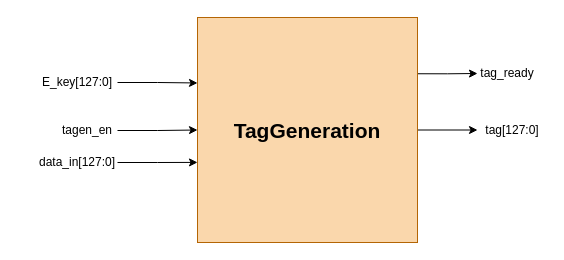
This is Quang Long/_drawio/TagGen high level.drawio from LQLManZz/AES128-Verilog, a draw.io file, before an edit. Source tidied: cells renumbered, new cells numbered last; positions are measured from the earlier drawing's top-left corner, leaving out a move shared by most shapes. Both pictures are drawn from the tidied source at 100%, with x=0, y=0 at pixel (37, 17).
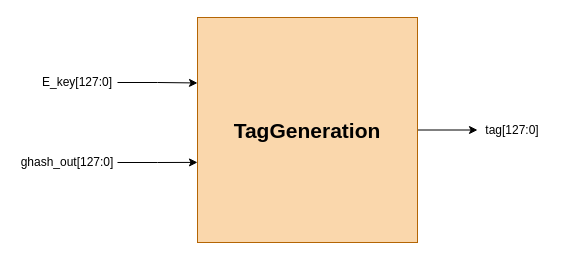
After the change.

Diff of the diagram source:
```diff
@@
 <mxGraphModel>
   <root>
     <mxCell id="0" />
     <mxCell id="1" parent="0" />
     <mxCell id="2" style="edgeStyle=orthogonalEdgeStyle;rounded=0;jettySize=auto;html=1;exitX=1;exitY=0.5;exitDx=0;exitDy=0;entryX=0;entryY=0.5;entryDx=0;entryDy=0;" parent="1" edge="1" source="4" target="6">
       <mxGeometry relative="1" as="geometry" />
     </mxCell>
-    <mxCell id="3" style="edgeStyle=orthogonalEdgeStyle;rounded=0;jettySize=auto;html=1;exitX=1;exitY=0.25;exitDx=0;exitDy=0;entryX=0;entryY=0.5;entryDx=0;entryDy=0;" parent="1" edge="1" source="4" target="12">
-      <mxGeometry relative="1" as="geometry" />
-    </mxCell>
     <mxCell id="4" value="&lt;font style=&quot;font-size: 21px;&quot;&gt;&lt;b&gt;TagGeneration&lt;/b&gt;&lt;/font&gt;" style="rounded=0;whiteSpace=wrap;html=1;fillColor=#fad7ac;strokeColor=#b46504;" parent="1" vertex="1">
       <mxGeometry x="160" width="220" height="225" as="geometry" />
     </mxCell>
-    <mxCell id="5" value="data_in[127:0]" style="text;html=1;whiteSpace=wrap;strokeColor=none;fillColor=none;align=center;verticalAlign=middle;rounded=0;" parent="1" vertex="1">
-      <mxGeometry y="130" width="80" height="30" as="geometry" />
+    <mxCell id="5" value="ghash_out[127:0]" style="text;html=1;whiteSpace=wrap;strokeColor=none;fillColor=none;align=center;verticalAlign=middle;rounded=0;" parent="1" vertex="1">
+      <mxGeometry x="-20" y="130" width="100" height="30" as="geometry" />
     </mxCell>
     <mxCell id="6" value="tag[127:0]" style="text;html=1;whiteSpace=wrap;strokeColor=none;fillColor=none;align=center;verticalAlign=middle;rounded=0;" parent="1" vertex="1">
       <mxGeometry x="440" y="97.5" width="70" height="30" as="geometry" />
     </mxCell>
-    <mxCell id="7" style="edgeStyle=orthogonalEdgeStyle;rounded=0;jettySize=auto;html=1;exitX=1;exitY=0.5;exitDx=0;exitDy=0;entryX=0;entryY=0.5;entryDx=0;entryDy=0;" parent="1" edge="1" source="8" target="4">
-      <mxGeometry relative="1" as="geometry" />
-    </mxCell>
-    <mxCell id="8" value="tagen_en" style="text;html=1;whiteSpace=wrap;strokeColor=none;fillColor=none;align=center;verticalAlign=middle;rounded=0;" parent="1" vertex="1">
-      <mxGeometry x="20" y="98" width="60" height="30" as="geometry" />
-    </mxCell>
     <mxCell id="9" value="E_key[127:0]" style="text;html=1;whiteSpace=wrap;strokeColor=none;fillColor=none;align=center;verticalAlign=middle;rounded=0;" parent="1" vertex="1">
       <mxGeometry y="50" width="80" height="30" as="geometry" />
     </mxCell>
     <mxCell id="10" style="edgeStyle=orthogonalEdgeStyle;rounded=0;jettySize=auto;html=1;exitX=1;exitY=0.5;exitDx=0;exitDy=0;entryX=0;entryY=0.291;entryDx=0;entryDy=0;entryPerimeter=0;" parent="1" edge="1" source="9" target="4">
       <mxGeometry relative="1" as="geometry" />
     </mxCell>
     <mxCell id="11" style="edgeStyle=orthogonalEdgeStyle;rounded=0;jettySize=auto;html=1;exitX=1;exitY=0.5;exitDx=0;exitDy=0;entryX=0;entryY=0.644;entryDx=0;entryDy=0;entryPerimeter=0;" parent="1" edge="1" source="5" target="4">
       <mxGeometry relative="1" as="geometry" />
     </mxCell>
-    <mxCell id="12" value="tag_ready" style="text;html=1;whiteSpace=wrap;strokeColor=none;fillColor=none;align=center;verticalAlign=middle;rounded=0;" parent="1" vertex="1">
-      <mxGeometry x="440" y="41" width="60" height="30" as="geometry" />
-    </mxCell>
   </root>
 </mxGraphModel>
```
